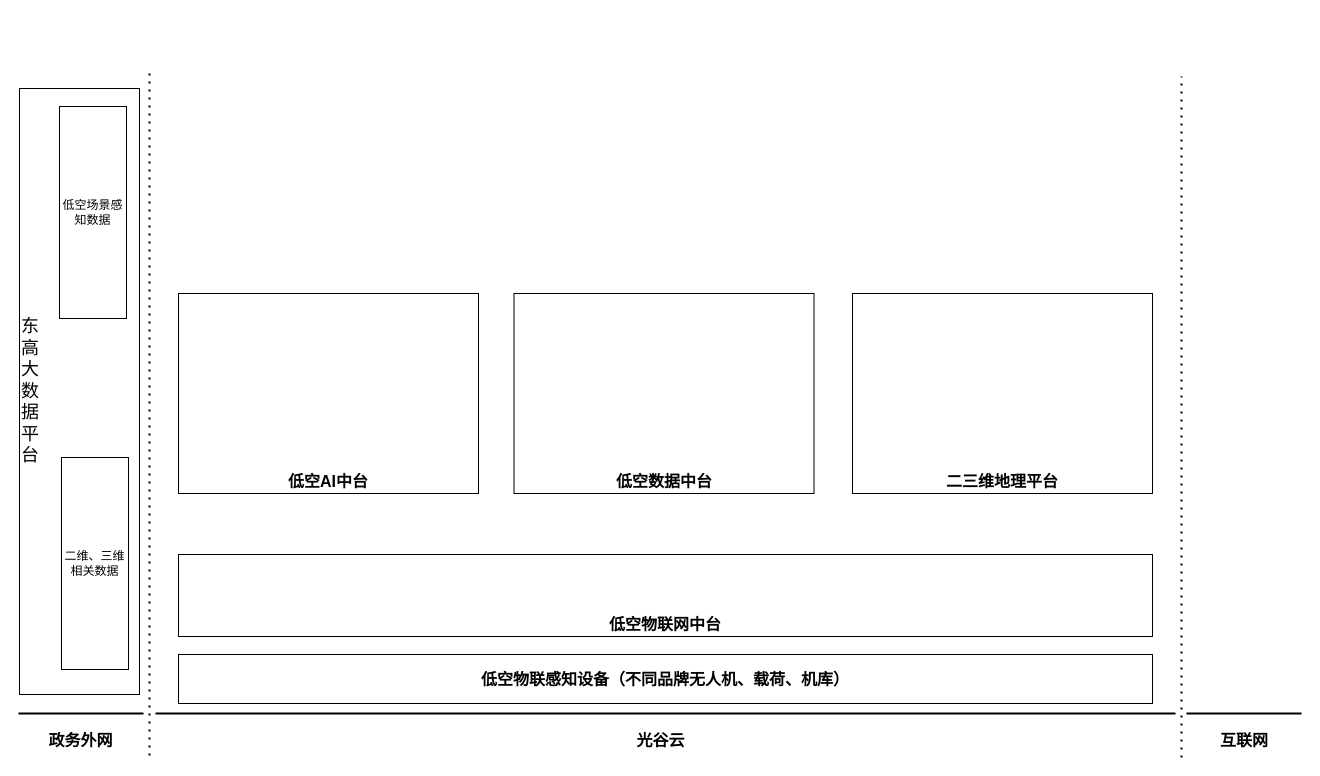
Earlier version of the draw.io diagram page "数据流架构图-V3" (21 of 21) of donggao-20230703.drawio (yangchenyu/micro-service). Source tidied: cells renumbered, new cells numbered last; positions are measured from the earlier drawing's top-left corner, leaving out a move shared by most shapes. Both pictures are drawn from the tidied source at 100%, with x=0, y=0 at pixel (18, 67).
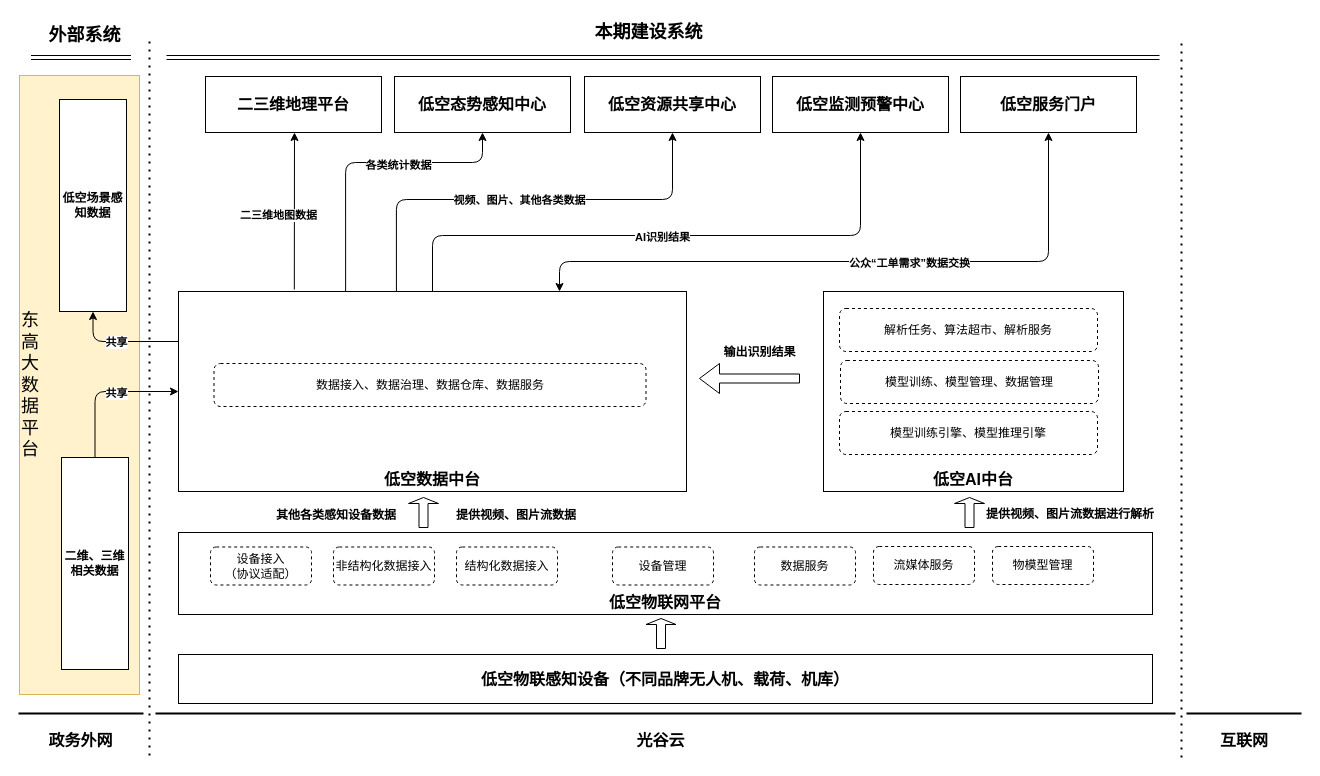
Above is the later version.

Change to the diagram source:
```diff
@@
     <mxCell id="2" style="endArrow=none;dashed=1;html=1;dashPattern=1 3;strokeWidth=2;rounded=0;" parent="1" edge="1">
       <mxGeometry relative="1" as="geometry">
         <mxPoint x="1163" y="690" as="sourcePoint" />
-        <mxPoint x="1163" y="9" as="targetPoint" />
+        <mxPoint x="1163" y="-26" as="targetPoint" />
       </mxGeometry>
     </mxCell>
@@
     <mxCell id="7" style="endArrow=none;dashed=1;html=1;dashPattern=1 3;strokeWidth=2;rounded=0;" parent="1" edge="1">
       <mxGeometry relative="1" as="geometry">
         <mxPoint x="131" y="688" as="sourcePoint" />
-        <mxPoint x="131" as="targetPoint" />
+        <mxPoint x="131" y="-27" as="targetPoint" />
       </mxGeometry>
     </mxCell>
@@
-    <mxCell id="10" value="东&lt;br style=&quot;font-size: 18px;&quot;&gt;高&lt;br style=&quot;font-size: 18px;&quot;&gt;大&lt;br style=&quot;font-size: 18px;&quot;&gt;数&lt;br style=&quot;font-size: 18px;&quot;&gt;据&lt;br style=&quot;font-size: 18px;&quot;&gt;平&lt;br style=&quot;font-size: 18px;&quot;&gt;台" style="rounded=0;whiteSpace=wrap;html=1;align=left;fontStyle=0;fontSize=18;strokeWidth=1;" parent="1" vertex="1">
-      <mxGeometry x="1" y="21" width="120" height="606" as="geometry" />
+    <mxCell id="10" value="东&lt;br style=&quot;font-size: 18px;&quot;&gt;高&lt;br style=&quot;font-size: 18px;&quot;&gt;大&lt;br style=&quot;font-size: 18px;&quot;&gt;数&lt;br style=&quot;font-size: 18px;&quot;&gt;据&lt;br style=&quot;font-size: 18px;&quot;&gt;平&lt;br style=&quot;font-size: 18px;&quot;&gt;台" style="rounded=0;whiteSpace=wrap;html=1;align=left;fontStyle=0;fontSize=18;strokeWidth=1;fillColor=#fff2cc;strokeColor=#d6b656;" parent="1" vertex="1">
+      <mxGeometry x="1" y="8" width="120" height="619" as="geometry" />
     </mxCell>
+    <mxCell id="18" style="edgeStyle=orthogonalEdgeStyle;rounded=1;jettySize=auto;html=1;exitX=0.5;exitY=0;exitDx=0;exitDy=0;" parent="1" edge="1" source="11" target="13">
+      <mxGeometry relative="1" as="geometry" />
+    </mxCell>
+    <mxCell id="19" value="共享" style="edgeLabel;html=1;align=center;verticalAlign=middle;fontStyle=1;" parent="18" vertex="1">
+      <mxGeometry x="0.16" y="-1" relative="1" as="geometry" />
+    </mxCell>
-    <mxCell id="11" value="二维、三维相关数据" style="rounded=0;whiteSpace=wrap;html=1;" parent="1" vertex="1">
+    <mxCell id="11" value="二维、三维相关数据" style="rounded=0;whiteSpace=wrap;html=1;fontStyle=1;" parent="1" vertex="1">
       <mxGeometry x="43" y="390" width="67" height="212" as="geometry" />
     </mxCell>
+    <mxCell id="20" style="edgeStyle=orthogonalEdgeStyle;rounded=1;jettySize=auto;html=1;exitX=0.5;exitY=1;exitDx=0;exitDy=0;entryX=0;entryY=0.25;entryDx=0;entryDy=0;endArrow=none;endFill=0;startArrow=classic;startFill=1;" parent="1" edge="1" source="12" target="13">
+      <mxGeometry relative="1" as="geometry" />
+    </mxCell>
+    <mxCell id="21" value="共享" style="edgeLabel;html=1;align=center;verticalAlign=middle;fontStyle=1;" parent="20" vertex="1">
+      <mxGeometry x="-0.19" y="-3" relative="1" as="geometry">
+        <mxPoint x="6" y="-3" as="offset" />
+      </mxGeometry>
+    </mxCell>
-    <mxCell id="12" value="低空场景感知数据" style="rounded=0;whiteSpace=wrap;html=1;" parent="1" vertex="1">
-      <mxGeometry x="41" y="39" width="67" height="212" as="geometry" />
+    <mxCell id="12" value="低空场景感知数据" style="rounded=0;whiteSpace=wrap;html=1;fontStyle=1;" parent="1" vertex="1">
+      <mxGeometry x="41" y="32" width="67" height="212" as="geometry" />
     </mxCell>
+    <mxCell id="22" style="edgeStyle=elbowEdgeStyle;jettySize=auto;html=1;rounded=1;elbow=horizontal;exitX=0.228;exitY=-0.01;exitDx=0;exitDy=0;exitPerimeter=0;" parent="1" edge="1" source="13" target="16">
+      <mxGeometry relative="1" as="geometry" />
+    </mxCell>
+    <mxCell id="23" value="二三维地图数据" style="edgeLabel;html=1;align=center;verticalAlign=middle;fontStyle=1;" parent="22" vertex="1">
+      <mxGeometry x="-0.04" y="-1" relative="1" as="geometry">
+        <mxPoint x="-18" as="offset" />
+      </mxGeometry>
+    </mxCell>
+    <mxCell id="24" style="edgeStyle=orthogonalEdgeStyle;rounded=1;jettySize=auto;html=1;exitX=0.329;exitY=0.01;exitDx=0;exitDy=0;entryX=0.5;entryY=1;entryDx=0;entryDy=0;exitPerimeter=0;" parent="1" edge="1" source="13" target="35">
+      <mxGeometry relative="1" as="geometry">
+        <Array as="points">
+          <mxPoint x="327" y="95" />
+          <mxPoint x="464" y="95" />
+        </Array>
+      </mxGeometry>
+    </mxCell>
+    <mxCell id="25" value="各类统计数据" style="edgeLabel;html=1;align=center;verticalAlign=middle;fontStyle=1;" parent="24" vertex="1">
+      <mxGeometry x="0.23" y="-2" relative="1" as="geometry" />
+    </mxCell>
+    <mxCell id="26" style="edgeStyle=orthogonalEdgeStyle;rounded=1;jettySize=auto;html=1;exitX=0.429;exitY=0.005;exitDx=0;exitDy=0;entryX=0.5;entryY=1;entryDx=0;entryDy=0;exitPerimeter=0;" parent="1" edge="1" source="13" target="36">
+      <mxGeometry relative="1" as="geometry">
+        <Array as="points">
+          <mxPoint x="378" y="132" />
+          <mxPoint x="654" y="132" />
+        </Array>
+      </mxGeometry>
+    </mxCell>
+    <mxCell id="27" value="视频、图片、其他各类数据" style="edgeLabel;html=1;align=center;verticalAlign=middle;fontStyle=1;" parent="26" vertex="1">
+      <mxGeometry x="-0.01" y="-3" relative="1" as="geometry">
+        <mxPoint y="-3" as="offset" />
+      </mxGeometry>
+    </mxCell>
+    <mxCell id="28" style="edgeStyle=orthogonalEdgeStyle;rounded=1;jettySize=auto;html=1;exitX=0.5;exitY=0;exitDx=0;exitDy=0;entryX=0.5;entryY=1;entryDx=0;entryDy=0;" parent="1" edge="1" source="13" target="37">
+      <mxGeometry relative="1" as="geometry">
+        <Array as="points">
+          <mxPoint x="414" y="168" />
+          <mxPoint x="842" y="168" />
+        </Array>
+      </mxGeometry>
+    </mxCell>
+    <mxCell id="29" value="AI识别结果" style="edgeLabel;html=1;align=center;verticalAlign=middle;fontStyle=1;" parent="28" vertex="1">
+      <mxGeometry x="-0.03" y="-4" relative="1" as="geometry">
+        <mxPoint y="-3" as="offset" />
+      </mxGeometry>
+    </mxCell>
+    <mxCell id="30" style="edgeStyle=orthogonalEdgeStyle;rounded=1;jettySize=auto;html=1;exitX=0.75;exitY=0;exitDx=0;exitDy=0;entryX=0.5;entryY=1;entryDx=0;entryDy=0;startArrow=classic;startFill=1;" parent="1" edge="1" source="13" target="38">
+      <mxGeometry relative="1" as="geometry">
+        <Array as="points">
+          <mxPoint x="541" y="194" />
+          <mxPoint x="1030" y="194" />
+        </Array>
+      </mxGeometry>
+    </mxCell>
+    <mxCell id="31" value="公众“工单需求”数据交换" style="edgeLabel;html=1;align=center;verticalAlign=middle;fontStyle=1;" parent="30" vertex="1">
+      <mxGeometry x="0.17" y="4" relative="1" as="geometry">
+        <mxPoint y="5" as="offset" />
+      </mxGeometry>
+    </mxCell>
     <mxCell id="13" value="低空数据中台" style="rounded=0;whiteSpace=wrap;html=1;strokeWidth=1;verticalAlign=bottom;fontStyle=1;fontSize=16;" parent="1" vertex="1">
-      <mxGeometry x="495.5" y="226" width="300" height="200" as="geometry" />
+      <mxGeometry x="160" y="224" width="508" height="200" as="geometry" />
     </mxCell>
-    <mxCell id="14" value="低空物联网中台" style="rounded=0;whiteSpace=wrap;html=1;strokeWidth=1;verticalAlign=bottom;fontStyle=1;fontSize=16;" parent="1" vertex="1">
-      <mxGeometry x="160" y="487" width="974" height="82" as="geometry" />
+    <mxCell id="14" value="低空物联网平台" style="rounded=0;whiteSpace=wrap;html=1;strokeWidth=1;verticalAlign=bottom;fontStyle=1;fontSize=16;" parent="1" vertex="1">
+      <mxGeometry x="160" y="465" width="974" height="82" as="geometry" />
     </mxCell>
     <mxCell id="15" value="低空AI中台" style="rounded=0;whiteSpace=wrap;html=1;strokeWidth=1;verticalAlign=bottom;fontStyle=1;fontSize=16;" parent="1" vertex="1">
-      <mxGeometry x="160" y="226" width="300" height="200" as="geometry" />
+      <mxGeometry x="805" y="224" width="300" height="200" as="geometry" />
     </mxCell>
-    <mxCell id="16" value="二三维地理平台" style="rounded=0;whiteSpace=wrap;html=1;strokeWidth=1;verticalAlign=bottom;fontStyle=1;fontSize=16;" parent="1" vertex="1">
-      <mxGeometry x="834" y="226" width="300" height="200" as="geometry" />
+    <mxCell id="16" value="二三维地理平台" style="rounded=0;whiteSpace=wrap;html=1;strokeWidth=1;verticalAlign=middle;fontStyle=1;fontSize=16;" parent="1" vertex="1">
+      <mxGeometry x="187" y="9" width="176" height="56" as="geometry" />
     </mxCell>
@@
+    <mxCell id="32" style="shape=singleArrow;direction=north;whiteSpace=wrap;html=1;" parent="1" vertex="1">
+      <mxGeometry x="627.5" y="551" width="30" height="30" as="geometry" />
+    </mxCell>
+    <mxCell id="33" style="shape=singleArrow;direction=north;whiteSpace=wrap;html=1;" parent="1" vertex="1">
+      <mxGeometry x="390" y="430" width="30" height="30" as="geometry" />
+    </mxCell>
+    <mxCell id="34" style="shape=singleArrow;direction=north;whiteSpace=wrap;html=1;" parent="1" vertex="1">
+      <mxGeometry x="936" y="430" width="30" height="30" as="geometry" />
+    </mxCell>
+    <mxCell id="35" value="低空态势感知中心" style="rounded=0;whiteSpace=wrap;html=1;strokeWidth=1;verticalAlign=middle;fontStyle=1;fontSize=16;" parent="1" vertex="1">
+      <mxGeometry x="376" y="9" width="176" height="56" as="geometry" />
+    </mxCell>
+    <mxCell id="36" value="低空资源共享中心" style="rounded=0;whiteSpace=wrap;html=1;strokeWidth=1;verticalAlign=middle;fontStyle=1;fontSize=16;" parent="1" vertex="1">
+      <mxGeometry x="566" y="9" width="176" height="56" as="geometry" />
+    </mxCell>
+    <mxCell id="37" value="低空监测预警中心" style="rounded=0;whiteSpace=wrap;html=1;strokeWidth=1;verticalAlign=middle;fontStyle=1;fontSize=16;" parent="1" vertex="1">
+      <mxGeometry x="754" y="9" width="176" height="56" as="geometry" />
+    </mxCell>
+    <mxCell id="38" value="低空服务门户" style="rounded=0;whiteSpace=wrap;html=1;strokeWidth=1;verticalAlign=middle;fontStyle=1;fontSize=16;" parent="1" vertex="1">
+      <mxGeometry x="942" y="9" width="176" height="56" as="geometry" />
+    </mxCell>
+    <mxCell id="39" style="shape=singleArrow;direction=west;whiteSpace=wrap;html=1;" parent="1" vertex="1">
+      <mxGeometry x="681" y="296" width="100" height="30" as="geometry" />
+    </mxCell>
+    <mxCell id="40" value="提供视频、图片流数据进行解析" style="text;html=1;strokeColor=none;fillColor=none;align=center;verticalAlign=middle;whiteSpace=wrap;rounded=0;fontStyle=1;" parent="1" vertex="1">
+      <mxGeometry x="964" y="432" width="176" height="30" as="geometry" />
+    </mxCell>
+    <mxCell id="41" value="提供视频、图片流数据" style="text;html=1;strokeColor=none;fillColor=none;align=center;verticalAlign=middle;whiteSpace=wrap;rounded=0;fontStyle=1;" parent="1" vertex="1">
+      <mxGeometry x="426" y="433" width="144" height="30" as="geometry" />
+    </mxCell>
+    <mxCell id="42" value="其他各类感知设备数据" style="text;html=1;strokeColor=none;fillColor=none;align=center;verticalAlign=middle;whiteSpace=wrap;rounded=0;fontStyle=1;" parent="1" vertex="1">
+      <mxGeometry x="246" y="433" width="144" height="30" as="geometry" />
+    </mxCell>
+    <mxCell id="43" value="输出识别结果" style="text;html=1;strokeColor=none;fillColor=none;align=center;verticalAlign=middle;whiteSpace=wrap;rounded=0;fontStyle=1;" parent="1" vertex="1">
+      <mxGeometry x="702" y="266" width="79" height="38" as="geometry" />
+    </mxCell>
+    <mxCell id="44" value="数据接入、数据治理、数据仓库、数据服务" style="rounded=1;whiteSpace=wrap;html=1;dashed=1;" parent="1" vertex="1">
+      <mxGeometry x="195.5" y="296" width="432" height="43" as="geometry" />
+    </mxCell>
+    <mxCell id="45" value="设备接入&lt;br&gt;（协议适配）" style="rounded=1;whiteSpace=wrap;html=1;dashed=1;" parent="1" vertex="1">
+      <mxGeometry x="192" y="479.5" width="101" height="38" as="geometry" />
+    </mxCell>
+    <mxCell id="46" value="非结构化数据接入" style="rounded=1;whiteSpace=wrap;html=1;dashed=1;" parent="1" vertex="1">
+      <mxGeometry x="315" y="479.5" width="101" height="38" as="geometry" />
+    </mxCell>
+    <mxCell id="47" value="结构化数据接入" style="rounded=1;whiteSpace=wrap;html=1;dashed=1;" parent="1" vertex="1">
+      <mxGeometry x="438" y="479.5" width="101" height="38" as="geometry" />
+    </mxCell>
+    <mxCell id="48" value="数据服务" style="rounded=1;whiteSpace=wrap;html=1;dashed=1;" parent="1" vertex="1">
+      <mxGeometry x="736" y="479.5" width="101" height="38" as="geometry" />
+    </mxCell>
+    <mxCell id="49" value="流媒体服务" style="rounded=1;whiteSpace=wrap;html=1;dashed=1;" parent="1" vertex="1">
+      <mxGeometry x="855" y="479" width="101" height="38" as="geometry" />
+    </mxCell>
+    <mxCell id="50" value="物模型管理" style="rounded=1;whiteSpace=wrap;html=1;dashed=1;" parent="1" vertex="1">
+      <mxGeometry x="974" y="479" width="101" height="38" as="geometry" />
+    </mxCell>
+    <mxCell id="51" value="设备管理" style="rounded=1;whiteSpace=wrap;html=1;dashed=1;" parent="1" vertex="1">
+      <mxGeometry x="594" y="479.5" width="101" height="38" as="geometry" />
+    </mxCell>
+    <mxCell id="52" value="模型训练引擎、模型推理引擎" style="rounded=1;whiteSpace=wrap;html=1;dashed=1;" parent="1" vertex="1">
+      <mxGeometry x="821" y="344" width="258" height="43" as="geometry" />
+    </mxCell>
+    <mxCell id="53" value="模型训练、模型管理、数据管理" style="rounded=1;whiteSpace=wrap;html=1;dashed=1;" parent="1" vertex="1">
+      <mxGeometry x="822" y="293" width="258" height="43" as="geometry" />
+    </mxCell>
+    <mxCell id="54" value="解析任务、算法超市、解析服务" style="rounded=1;whiteSpace=wrap;html=1;dashed=1;" parent="1" vertex="1">
+      <mxGeometry x="821" y="241" width="258" height="43" as="geometry" />
+    </mxCell>
+    <mxCell id="55" value="外部系统" style="text;html=1;strokeColor=none;fillColor=none;align=center;verticalAlign=middle;whiteSpace=wrap;rounded=0;fontStyle=1;fontSize=18;" parent="1" vertex="1">
+      <mxGeometry x="9" y="-47" width="115" height="30" as="geometry" />
+    </mxCell>
+    <mxCell id="56" style="shape=link;html=1;rounded=0;" parent="1" edge="1">
+      <mxGeometry relative="1" as="geometry">
+        <mxPoint x="12.5" y="-10" as="sourcePoint" />
+        <mxPoint x="112.5" y="-10" as="targetPoint" />
+      </mxGeometry>
+    </mxCell>
+    <mxCell id="57" style="shape=link;html=1;rounded=0;" parent="1" edge="1">
+      <mxGeometry relative="1" as="geometry">
+        <mxPoint x="148" y="-10" as="sourcePoint" />
+        <mxPoint x="1141" y="-10" as="targetPoint" />
+      </mxGeometry>
+    </mxCell>
+    <mxCell id="58" value="本期建设系统" style="text;html=1;strokeColor=none;fillColor=none;align=center;verticalAlign=middle;whiteSpace=wrap;rounded=0;fontStyle=1;fontSize=18;" parent="1" vertex="1">
+      <mxGeometry x="573" y="-50" width="115" height="30" as="geometry" />
+    </mxCell>
```
